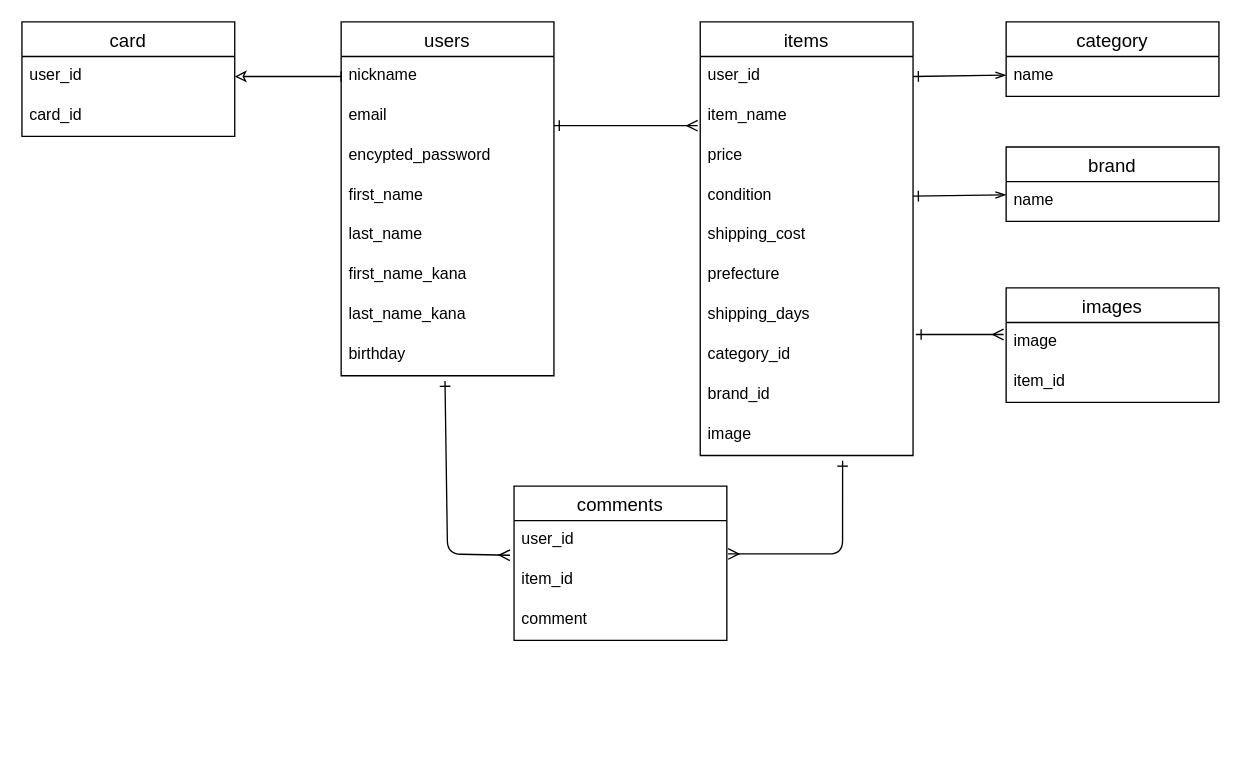
Earlier version of the draw.io diagram test.dio (manami0624/furima-39355). Source tidied: cells renumbered, new cells numbered last; positions are measured from the earlier drawing's top-left corner, leaving out a move shared by most shapes. Both pictures are drawn from the tidied source at 133%, with x=0, y=0 at pixel (21, 21).
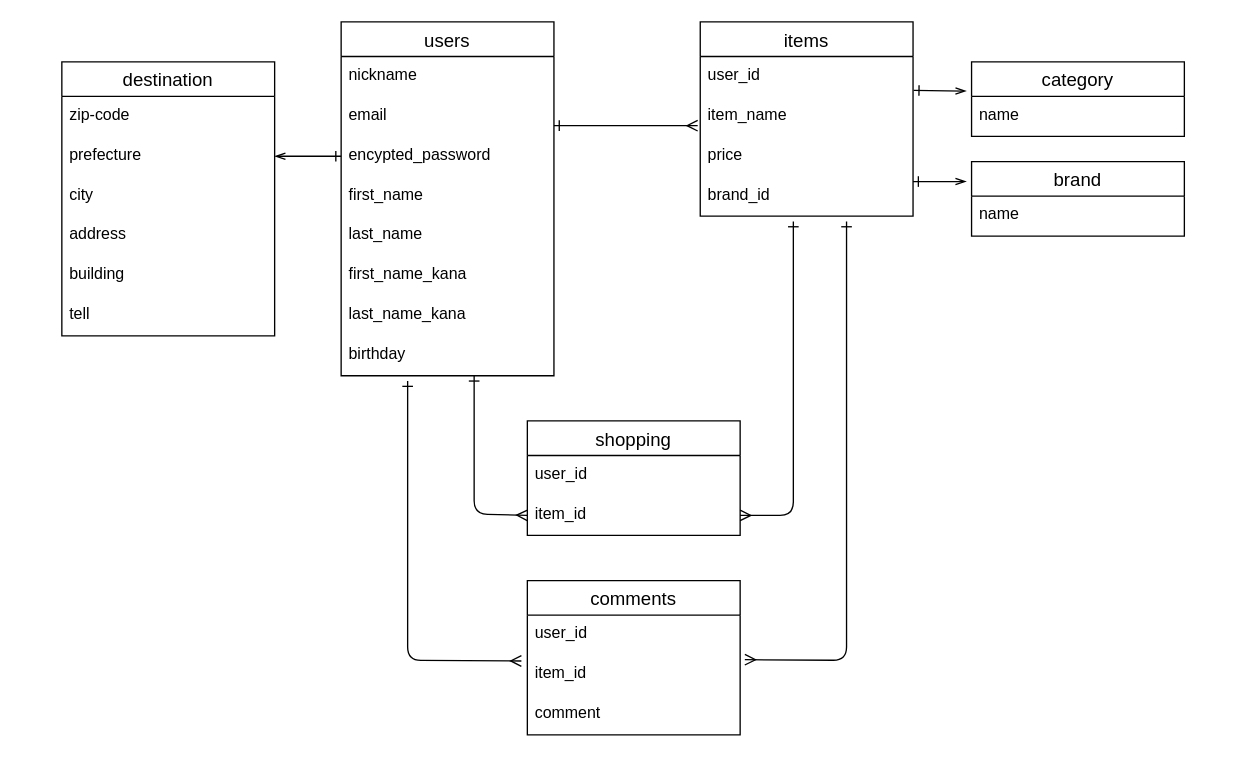
After the change.

Commit message (it also covers changes not shown here):
データベース設計（修正）

Unchanged cells that the change refers to:
```xml
<mxCell id="20" value="user_id" style="text;strokeColor=none;fillColor=none;spacingLeft=4;spacingRight=4;overflow=hidden;points=[[0,0.5],[1,0.5]];portConstraint=eastwest;fontSize=12;" parent="19" vertex="1">
  <mxGeometry y="26" width="160" height="30" as="geometry" />
</mxCell>
<mxCell id="21" value="item_id" style="text;strokeColor=none;fillColor=none;spacingLeft=4;spacingRight=4;overflow=hidden;points=[[0,0.5],[1,0.5]];portConstraint=eastwest;fontSize=12;" parent="19" vertex="1">
  <mxGeometry y="56" width="160" height="30" as="geometry" />
</mxCell>
<mxCell id="24" value="user_id" style="text;strokeColor=none;fillColor=none;spacingLeft=4;spacingRight=4;overflow=hidden;points=[[0,0.5],[1,0.5]];portConstraint=eastwest;fontSize=12;" parent="23" vertex="1">
  <mxGeometry y="26" width="160" height="30" as="geometry" />
</mxCell>
<mxCell id="35" value="nickname" style="text;strokeColor=none;fillColor=none;spacingLeft=4;spacingRight=4;overflow=hidden;points=[[0,0.5],[1,0.5]];portConstraint=eastwest;fontSize=12;" parent="34" vertex="1">
  <mxGeometry y="26" width="160" height="30" as="geometry" />
</mxCell>
<mxCell id="37" value="encypted_password" style="text;strokeColor=none;fillColor=none;spacingLeft=4;spacingRight=4;overflow=hidden;points=[[0,0.5],[1,0.5]];portConstraint=eastwest;fontSize=12;" parent="34" vertex="1">
  <mxGeometry y="86" width="160" height="30" as="geometry" />
</mxCell>
<mxCell id="42" value="birthday" style="text;strokeColor=none;fillColor=none;spacingLeft=4;spacingRight=4;overflow=hidden;points=[[0,0.5],[1,0.5]];portConstraint=eastwest;fontSize=12;" parent="34" vertex="1">
  <mxGeometry y="236" width="160" height="30" as="geometry" />
</mxCell>
```

Diff of the diagram source:
```diff
@@
-    <mxCell id="3" style="edgeStyle=none;html=1;endArrow=ERmany;endFill=0;startArrow=ERone;startFill=0;exitX=0.488;exitY=1.133;exitDx=0;exitDy=0;exitPerimeter=0;entryX=-0.019;entryY=0.867;entryDx=0;entryDy=0;entryPerimeter=0;" parent="1" edge="1" source="42" target="20">
+    <mxCell id="3" style="edgeStyle=none;html=1;endArrow=ERmany;endFill=0;startArrow=ERone;startFill=0;entryX=-0.028;entryY=0.15;entryDx=0;entryDy=0;entryPerimeter=0;" parent="1" edge="1" target="21">
       <mxGeometry relative="1" as="geometry">
+        <mxPoint x="290" y="270" as="sourcePoint" />
         <Array as="points">
-          <mxPoint x="320" y="400" />
+          <mxPoint x="290" y="480" />
         </Array>
       </mxGeometry>
     </mxCell>
     <mxCell id="4" value="category" style="swimlane;fontStyle=0;horizontal=1;startSize=26;align=center;fontSize=14;" parent="1" vertex="1">
-      <mxGeometry x="740" width="160" height="56" as="geometry" />
+      <mxGeometry x="714" y="30" width="160" height="56" as="geometry" />
     </mxCell>
@@
     <mxCell id="6" value="brand" style="swimlane;fontStyle=0;horizontal=1;startSize=26;align=center;fontSize=14;" parent="1" vertex="1">
-      <mxGeometry x="740" y="94" width="160" height="56" as="geometry" />
+      <mxGeometry x="714" y="105" width="160" height="56" as="geometry" />
     </mxCell>
@@
-    <mxCell id="8" style="edgeStyle=none;html=1;startArrow=ERone;startFill=0;endArrow=openThin;endFill=0;exitX=1;exitY=0.5;exitDx=0;exitDy=0;" parent="1" edge="1" source="27">
-      <mxGeometry relative="1" as="geometry">
-        <mxPoint x="740" y="130" as="targetPoint" />
-      </mxGeometry>
-    </mxCell>
-    <mxCell id="9" style="edgeStyle=none;html=1;startArrow=ERone;startFill=0;endArrow=openThin;endFill=0;exitX=1;exitY=0.5;exitDx=0;exitDy=0;" parent="1" edge="1" source="24">
-      <mxGeometry relative="1" as="geometry">
-        <mxPoint x="740" y="40" as="targetPoint" />
-      </mxGeometry>
-    </mxCell>
-    <mxCell id="10" value="images" style="swimlane;fontStyle=0;horizontal=1;startSize=26;align=center;fontSize=14;" parent="1" vertex="1">
-      <mxGeometry x="740" y="200" width="160" height="86" as="geometry" />
-    </mxCell>
-    <mxCell id="11" value="image" style="text;strokeColor=none;fillColor=none;spacingLeft=4;spacingRight=4;overflow=hidden;points=[[0,0.5],[1,0.5]];portConstraint=eastwest;fontSize=12;" parent="10" vertex="1">
-      <mxGeometry y="26" width="160" height="30" as="geometry" />
-    </mxCell>
-    <mxCell id="12" value="item_id" style="text;strokeColor=none;fillColor=none;spacingLeft=4;spacingRight=4;overflow=hidden;points=[[0,0.5],[1,0.5]];portConstraint=eastwest;fontSize=12;" parent="10" vertex="1">
-      <mxGeometry y="56" width="160" height="30" as="geometry" />
-    </mxCell>
-    <mxCell id="13" style="edgeStyle=none;html=1;entryX=-0.012;entryY=0.3;entryDx=0;entryDy=0;entryPerimeter=0;startArrow=ERone;startFill=0;endArrow=ERmany;endFill=0;exitX=1.013;exitY=-0.033;exitDx=0;exitDy=0;exitPerimeter=0;" parent="1" edge="1" source="31" target="11">
-      <mxGeometry relative="1" as="geometry" />
-    </mxCell>
-    <mxCell id="14" style="edgeStyle=none;html=1;entryX=1.006;entryY=0.833;entryDx=0;entryDy=0;startArrow=ERone;startFill=0;endArrow=ERmany;endFill=0;entryPerimeter=0;exitX=0.669;exitY=1.133;exitDx=0;exitDy=0;exitPerimeter=0;" parent="1" edge="1" source="33" target="20">
+    <mxCell id="14" style="edgeStyle=none;html=1;startArrow=ERone;startFill=0;endArrow=ERmany;endFill=0;entryX=1.022;entryY=0.117;entryDx=0;entryDy=0;entryPerimeter=0;" parent="1" edge="1" target="21">
       <mxGeometry relative="1" as="geometry">
+        <mxPoint x="620" y="150" as="sourcePoint" />
         <Array as="points">
-          <mxPoint x="617" y="400" />
+          <mxPoint x="620" y="480" />
         </Array>
       </mxGeometry>
     </mxCell>
-    <mxCell id="15" value="card" style="swimlane;fontStyle=0;horizontal=1;startSize=26;align=center;fontSize=14;" parent="1" vertex="1">
-      <mxGeometry width="160" height="86" as="geometry" />
-    </mxCell>
-    <mxCell id="16" value="user_id" style="text;strokeColor=none;fillColor=none;spacingLeft=4;spacingRight=4;overflow=hidden;points=[[0,0.5],[1,0.5]];portConstraint=eastwest;fontSize=12;" parent="15" vertex="1">
-      <mxGeometry y="26" width="160" height="30" as="geometry" />
-    </mxCell>
-    <mxCell id="17" value="card_id" style="text;strokeColor=none;fillColor=none;spacingLeft=4;spacingRight=4;overflow=hidden;fontSize=12;" parent="15" vertex="1">
-      <mxGeometry y="56" width="160" height="30" as="geometry" />
-    </mxCell>
-    <mxCell id="18" style="edgeStyle=none;html=1;startArrow=classic;startFill=0;endArrow=baseDash;endFill=0;entryX=0;entryY=0.5;entryDx=0;entryDy=0;exitX=1;exitY=0.5;exitDx=0;exitDy=0;" parent="1" edge="1" source="16" target="35">
-      <mxGeometry relative="1" as="geometry" />
-    </mxCell>
     <mxCell id="19" value="comments" style="swimlane;fontStyle=0;horizontal=1;startSize=26;align=center;fontSize=14;" parent="1" vertex="1">
-      <mxGeometry x="370" y="349" width="160" height="116" as="geometry" />
+      <mxGeometry x="380" y="420" width="160" height="116" as="geometry" />
     </mxCell>
@@
     <mxCell id="23" value="items" style="swimlane;fontStyle=0;horizontal=1;startSize=26;align=center;fontSize=14;" parent="1" vertex="1">
-      <mxGeometry x="510" width="160" height="326" as="geometry" />
+      <mxGeometry x="510" width="160" height="146" as="geometry" />
     </mxCell>
@@
-    <mxCell id="27" value="condition" style="text;strokeColor=none;fillColor=none;spacingLeft=4;spacingRight=4;overflow=hidden;points=[[0,0.5],[1,0.5]];portConstraint=eastwest;fontSize=12;" parent="23" vertex="1">
-      <mxGeometry y="116" width="160" height="30" as="geometry" />
-    </mxCell>
-    <mxCell id="28" value="shipping_cost" style="text;strokeColor=none;fillColor=none;spacingLeft=4;spacingRight=4;overflow=hidden;fontSize=12;" parent="23" vertex="1">
-      <mxGeometry y="146" width="160" height="30" as="geometry" />
-    </mxCell>
-    <mxCell id="29" value="prefecture" style="text;strokeColor=none;fillColor=none;spacingLeft=4;spacingRight=4;overflow=hidden;points=[[0,0.5],[1,0.5]];portConstraint=eastwest;fontSize=12;" parent="23" vertex="1">
-      <mxGeometry y="176" width="160" height="30" as="geometry" />
-    </mxCell>
-    <mxCell id="30" value="shipping_days" style="text;strokeColor=none;fillColor=none;spacingLeft=4;spacingRight=4;overflow=hidden;fontSize=12;" parent="23" vertex="1">
-      <mxGeometry y="206" width="160" height="30" as="geometry" />
-    </mxCell>
-    <mxCell id="31" value="category_id" style="text;strokeColor=none;fillColor=none;spacingLeft=4;spacingRight=4;overflow=hidden;points=[[0,0.5],[1,0.5]];portConstraint=eastwest;fontSize=12;" parent="23" vertex="1">
-      <mxGeometry y="236" width="160" height="30" as="geometry" />
-    </mxCell>
     <mxCell id="32" value="brand_id" style="text;strokeColor=none;fillColor=none;spacingLeft=4;spacingRight=4;overflow=hidden;fontSize=12;" parent="23" vertex="1">
-      <mxGeometry y="266" width="160" height="30" as="geometry" />
+      <mxGeometry y="116" width="160" height="30" as="geometry" />
     </mxCell>
-    <mxCell id="33" value="image" style="text;strokeColor=none;fillColor=none;spacingLeft=4;spacingRight=4;overflow=hidden;points=[[0,0.5],[1,0.5]];portConstraint=eastwest;fontSize=12;" parent="23" vertex="1">
-      <mxGeometry y="296" width="160" height="30" as="geometry" />
-    </mxCell>
@@
+    <mxCell id="43" value="shopping" style="swimlane;fontStyle=0;horizontal=1;startSize=26;align=center;fontSize=14;" parent="1" vertex="1">
+      <mxGeometry x="380" y="300" width="160" height="86" as="geometry" />
+    </mxCell>
+    <mxCell id="16" value="user_id" style="text;strokeColor=none;fillColor=none;spacingLeft=4;spacingRight=4;overflow=hidden;points=[[0,0.5],[1,0.5]];portConstraint=eastwest;fontSize=12;" parent="43" vertex="1">
+      <mxGeometry y="26" width="160" height="30" as="geometry" />
+    </mxCell>
+    <mxCell id="12" value="item_id" style="text;strokeColor=none;fillColor=none;spacingLeft=4;spacingRight=4;overflow=hidden;points=[[0,0.5],[1,0.5]];portConstraint=eastwest;fontSize=12;" parent="43" vertex="1">
+      <mxGeometry y="56" width="160" height="30" as="geometry" />
+    </mxCell>
+    <mxCell id="44" value="destination" style="swimlane;fontStyle=0;horizontal=1;startSize=26;align=center;fontSize=14;" parent="1" vertex="1">
+      <mxGeometry x="30" y="30" width="160" height="206" as="geometry" />
+    </mxCell>
+    <mxCell id="45" value="zip-code" style="text;strokeColor=none;fillColor=none;spacingLeft=4;spacingRight=4;overflow=hidden;fontSize=12;" parent="44" vertex="1">
+      <mxGeometry y="26" width="160" height="30" as="geometry" />
+    </mxCell>
+    <mxCell id="29" value="prefecture" style="text;strokeColor=none;fillColor=none;spacingLeft=4;spacingRight=4;overflow=hidden;points=[[0,0.5],[1,0.5]];portConstraint=eastwest;fontSize=12;" parent="44" vertex="1">
+      <mxGeometry y="56" width="160" height="30" as="geometry" />
+    </mxCell>
+    <mxCell id="46" value="city" style="text;strokeColor=none;fillColor=none;spacingLeft=4;spacingRight=4;overflow=hidden;fontSize=12;" parent="44" vertex="1">
+      <mxGeometry y="86" width="160" height="30" as="geometry" />
+    </mxCell>
+    <mxCell id="47" value="address" style="text;strokeColor=none;fillColor=none;spacingLeft=4;spacingRight=4;overflow=hidden;fontSize=12;" parent="44" vertex="1">
+      <mxGeometry y="116" width="160" height="30" as="geometry" />
+    </mxCell>
+    <mxCell id="48" value="building" style="text;strokeColor=none;fillColor=none;spacingLeft=4;spacingRight=4;overflow=hidden;fontSize=12;" parent="44" vertex="1">
+      <mxGeometry y="146" width="160" height="30" as="geometry" />
+    </mxCell>
+    <mxCell id="49" value="tell" style="text;strokeColor=none;fillColor=none;spacingLeft=4;spacingRight=4;overflow=hidden;fontSize=12;" parent="44" vertex="1">
+      <mxGeometry y="176" width="160" height="30" as="geometry" />
+    </mxCell>
+    <mxCell id="50" style="edgeStyle=none;html=1;exitX=0;exitY=0.5;exitDx=0;exitDy=0;entryX=1;entryY=0.5;entryDx=0;entryDy=0;endArrow=openThin;endFill=0;startArrow=ERone;startFill=0;" parent="1" edge="1" source="37" target="29">
+      <mxGeometry relative="1" as="geometry" />
+    </mxCell>
+    <mxCell id="51" style="edgeStyle=none;html=1;endArrow=ERmany;endFill=0;startArrow=ERone;startFill=0;entryX=0;entryY=0.5;entryDx=0;entryDy=0;" parent="1" edge="1" target="12">
+      <mxGeometry relative="1" as="geometry">
+        <mxPoint x="340" y="266" as="sourcePoint" />
+        <Array as="points">
+          <mxPoint x="340" y="370" />
+        </Array>
+      </mxGeometry>
+    </mxCell>
+    <mxCell id="52" style="edgeStyle=none;html=1;startArrow=ERone;startFill=0;endArrow=ERmany;endFill=0;entryX=1;entryY=0.5;entryDx=0;entryDy=0;" parent="1" edge="1" target="12">
+      <mxGeometry relative="1" as="geometry">
+        <mxPoint x="580" y="150" as="sourcePoint" />
+        <Array as="points">
+          <mxPoint x="580" y="371" />
+        </Array>
+      </mxGeometry>
+    </mxCell>
+    <mxCell id="53" style="edgeStyle=none;html=1;startArrow=ERone;startFill=0;endArrow=openThin;endFill=0;exitX=1;exitY=0.5;exitDx=0;exitDy=0;" parent="1" edge="1">
+      <mxGeometry relative="1" as="geometry">
+        <mxPoint x="670" y="120" as="sourcePoint" />
+        <mxPoint x="710" y="120" as="targetPoint" />
+      </mxGeometry>
+    </mxCell>
+    <mxCell id="54" style="edgeStyle=none;html=1;startArrow=ERone;startFill=0;endArrow=openThin;endFill=0;exitX=1.003;exitY=0.85;exitDx=0;exitDy=0;exitPerimeter=0;" parent="1" edge="1" source="24">
+      <mxGeometry relative="1" as="geometry">
+        <mxPoint x="710" y="52" as="targetPoint" />
+      </mxGeometry>
+    </mxCell>
```
